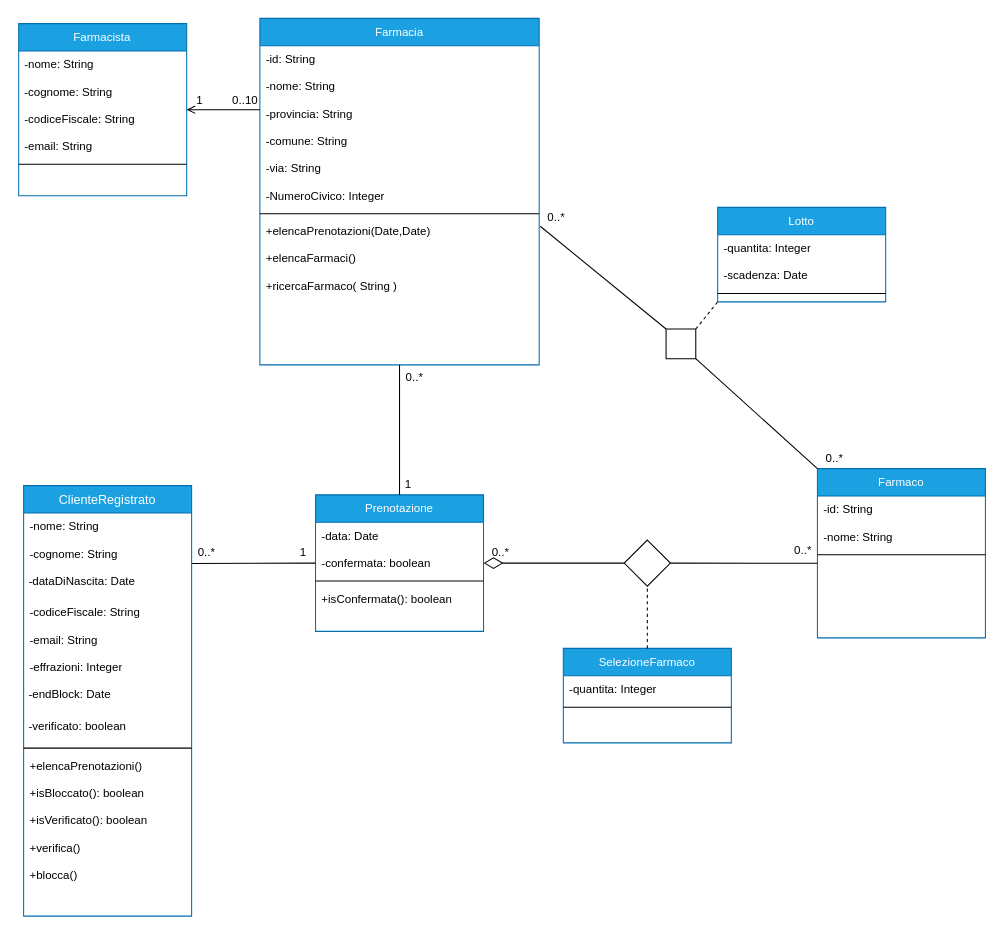
The draw.io diagram drawio/Architettura Logica/ModelloDominio.drawio in lnwor/farmabyte-doc, before the edit. Source tidied: cells renumbered, new cells numbered last; positions are measured from the earlier drawing's top-left corner, leaving out a move shared by most shapes. Both pictures are drawn from the tidied source at 105%, with x=0, y=0 at pixel (18, 18).
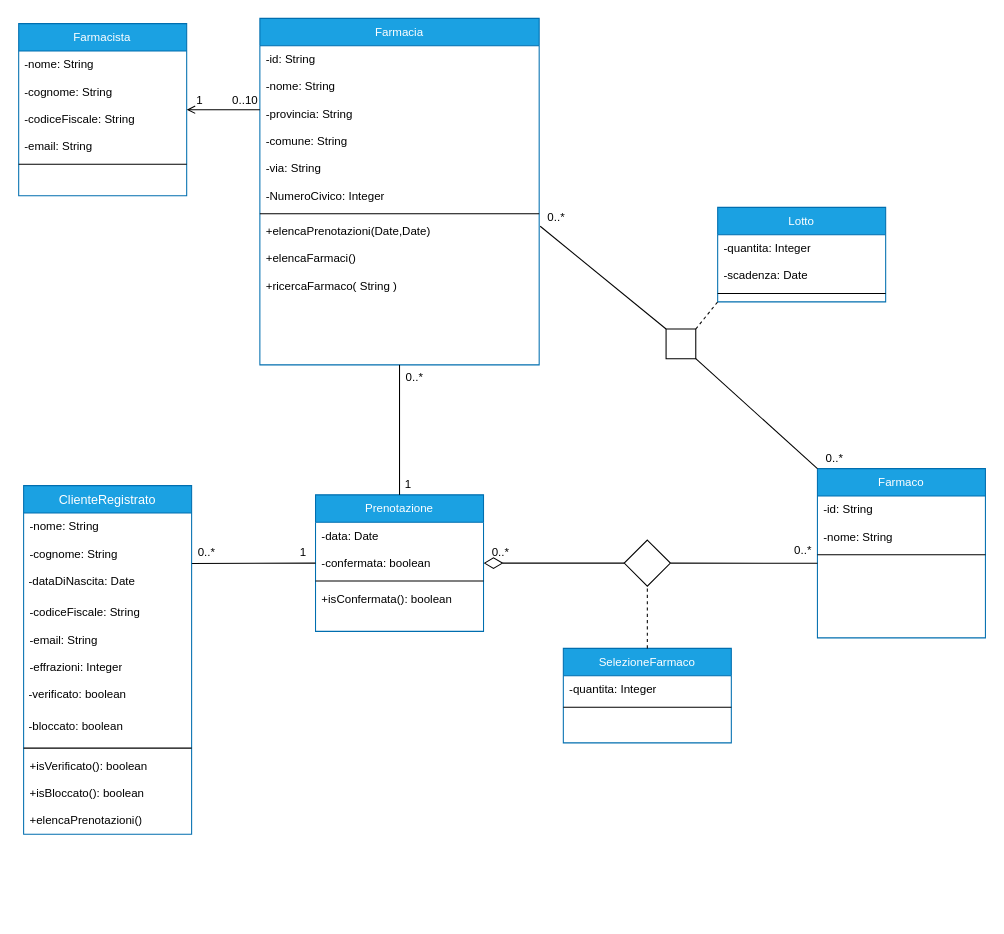
The same diagram, later.

What changed in the source:
```diff
@@
     <mxCell id="39" value="ClienteRegistrato" style="swimlane;fontStyle=0;align=center;verticalAlign=top;horizontal=1;startSize=26;rounded=0;shadow=0;strokeWidth=1;fillColor=#1ba1e2;strokeColor=#006EAF;fontColor=#ffffff;whiteSpace=wrap;html=1;" parent="1" vertex="1">
-      <mxGeometry x="5" y="445" width="160" height="410" as="geometry" />
+      <mxGeometry x="5" y="445" width="160" height="332" as="geometry" />
     </mxCell>
@@
-    <mxCell id="46" value="&lt;font face=&quot;helvetica&quot; style=&quot;font-size: 11px;&quot;&gt;&amp;nbsp;-endBlock: Date&lt;/font&gt;" style="text;whiteSpace=wrap;html=1;fontSize=11;" parent="39" vertex="1">
-      <mxGeometry y="186" width="160" height="30" as="geometry" />
-    </mxCell>
     <mxCell id="47" value="&lt;font face=&quot;helvetica&quot; style=&quot;font-size: 11px;&quot;&gt;&amp;nbsp;-verificato: boolean&lt;/font&gt;" style="text;whiteSpace=wrap;html=1;fontSize=11;" parent="39" vertex="1">
-      <mxGeometry y="216" width="160" height="30" as="geometry" />
+      <mxGeometry y="186" width="160" height="30" as="geometry" />
     </mxCell>
+    <mxCell id="71" value="&lt;font face=&quot;helvetica&quot; style=&quot;font-size: 11px&quot;&gt;&amp;nbsp;-bloccato: boolean&lt;/font&gt;" style="text;whiteSpace=wrap;html=1;fontSize=11;" parent="39" vertex="1">
+      <mxGeometry y="216" width="160" height="30" as="geometry" />
+    </mxCell>
@@
+    <mxCell id="51" value="+isVerificato(): boolean" style="text;align=left;verticalAlign=top;spacingLeft=4;spacingRight=4;overflow=hidden;fontSize=11;whiteSpace=wrap;html=1;" parent="39" vertex="1">
+      <mxGeometry y="254" width="160" height="26" as="geometry" />
+    </mxCell>
+    <mxCell id="50" value="+isBloccato(): boolean" style="text;align=left;verticalAlign=top;spacingLeft=4;spacingRight=4;overflow=hidden;fontSize=11;whiteSpace=wrap;html=1;" parent="39" vertex="1">
+      <mxGeometry y="280" width="160" height="26" as="geometry" />
+    </mxCell>
     <mxCell id="49" value="+elencaPrenotazioni()" style="text;align=left;verticalAlign=top;spacingLeft=4;spacingRight=4;overflow=hidden;fontSize=11;whiteSpace=wrap;html=1;" parent="39" vertex="1">
-      <mxGeometry y="254" width="160" height="26" as="geometry" />
+      <mxGeometry y="306" width="160" height="26" as="geometry" />
     </mxCell>
-    <mxCell id="50" value="+isBloccato(): boolean" style="text;align=left;verticalAlign=top;spacingLeft=4;spacingRight=4;overflow=hidden;fontSize=11;whiteSpace=wrap;html=1;" parent="39" vertex="1">
-      <mxGeometry y="280" width="160" height="26" as="geometry" />
-    </mxCell>
-    <mxCell id="51" value="+isVerificato(): boolean" style="text;align=left;verticalAlign=top;spacingLeft=4;spacingRight=4;overflow=hidden;fontSize=11;whiteSpace=wrap;html=1;" parent="39" vertex="1">
-      <mxGeometry y="306" width="160" height="26" as="geometry" />
-    </mxCell>
-    <mxCell id="52" value="+verifica()" style="text;align=left;verticalAlign=top;spacingLeft=4;spacingRight=4;overflow=hidden;fontSize=11;whiteSpace=wrap;html=1;" parent="39" vertex="1">
-      <mxGeometry y="332" width="160" height="26" as="geometry" />
-    </mxCell>
-    <mxCell id="53" value="+blocca()" style="text;align=left;verticalAlign=top;spacingLeft=4;spacingRight=4;overflow=hidden;fontSize=11;whiteSpace=wrap;html=1;" parent="39" vertex="1">
-      <mxGeometry y="358" width="160" height="26" as="geometry" />
-    </mxCell>
```
